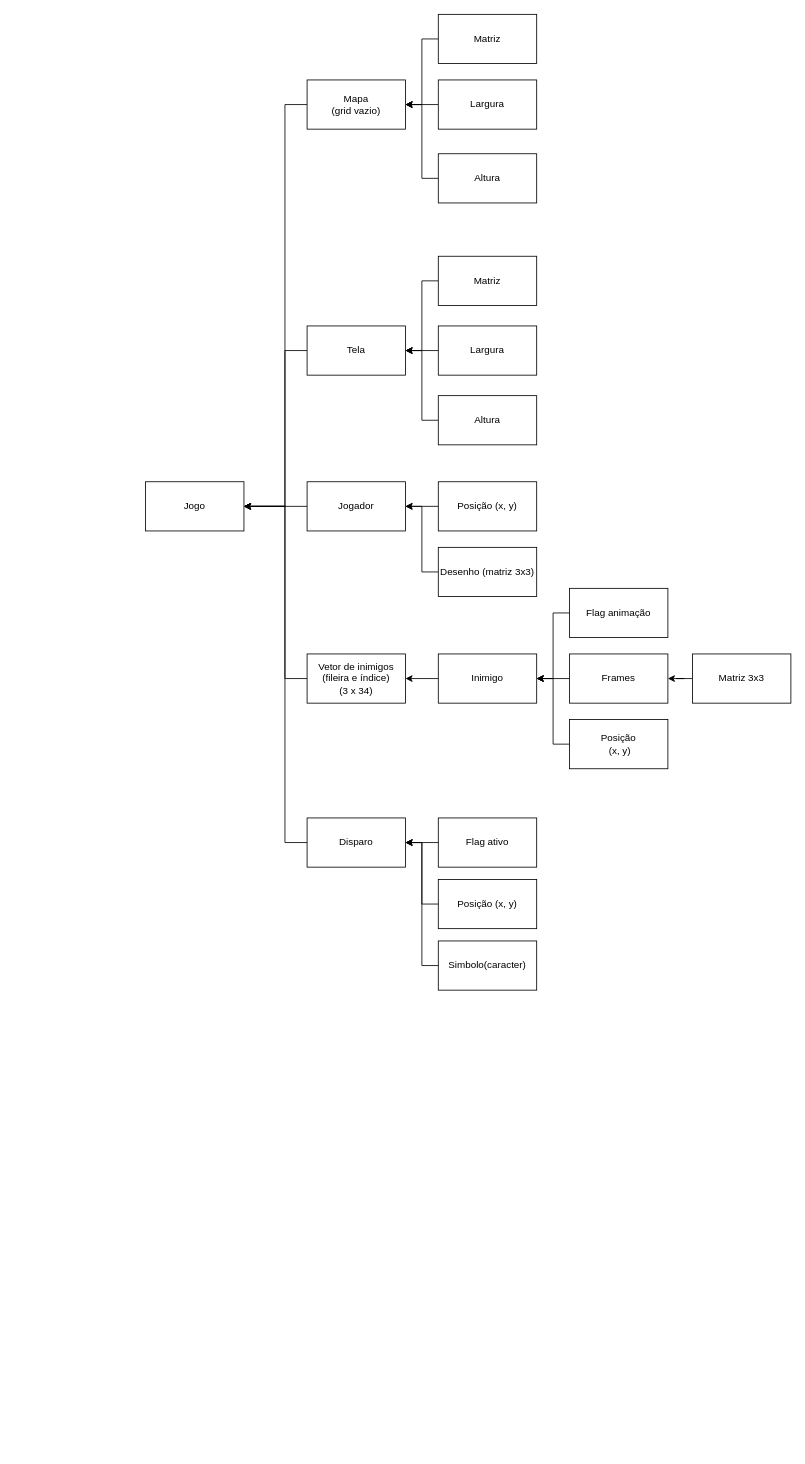
The draw.io diagram implementacao/Diagrama de planejamento.drawio in vitorsoprani/trabalho_prog1, before the edit. Source tidied: cells renumbered, new cells numbered last; positions are measured from the earlier drawing's top-left corner, leaving out a move shared by most shapes. Both pictures are drawn from the tidied source at 82%, with x=0, y=0 at pixel (145, 14).
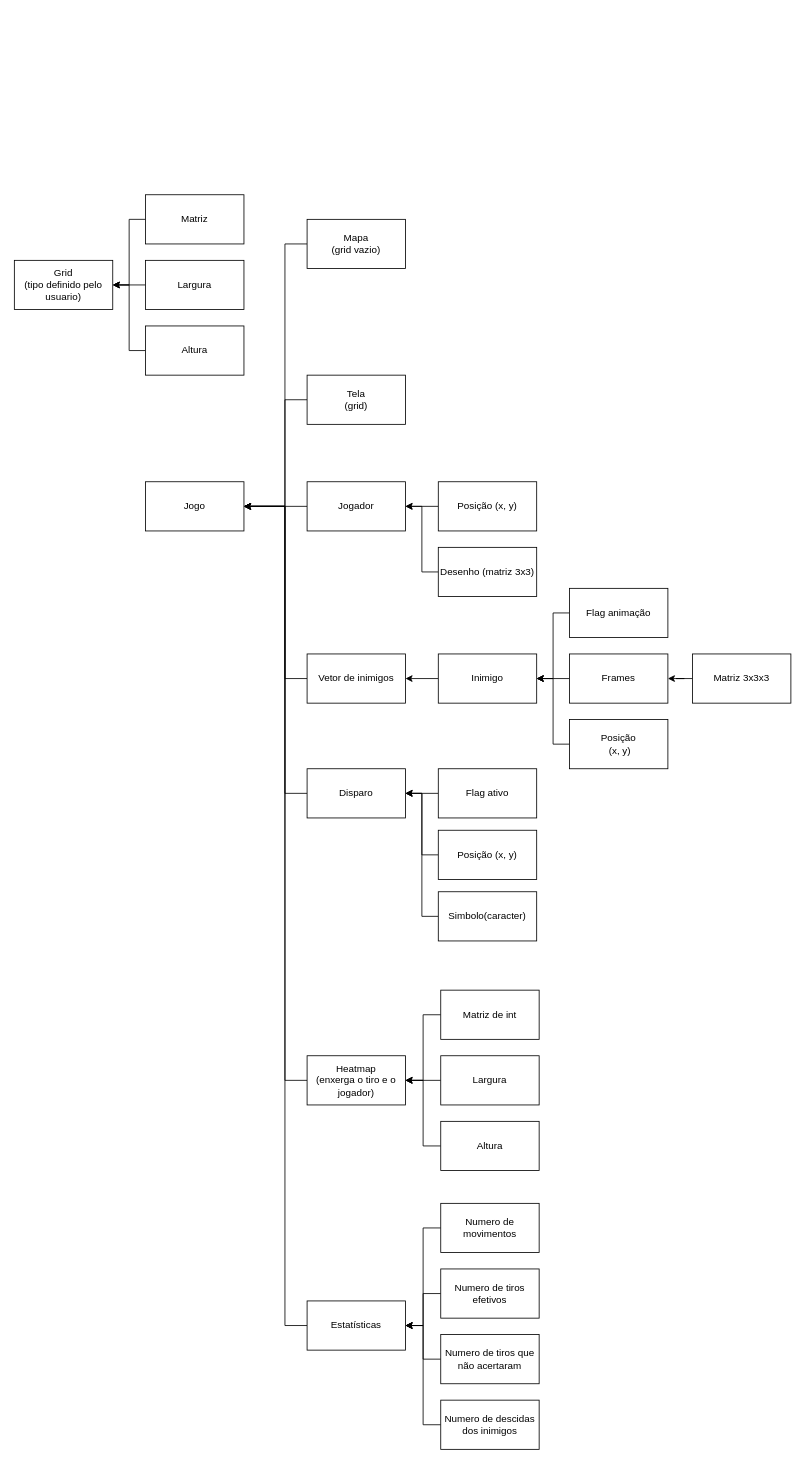
After the change.

Unchanged cells that the change refers to:
```xml
<mxCell id="2" value="Jogo" style="rounded=0;whiteSpace=wrap;html=1;" parent="1" vertex="1">
  <mxGeometry y="570" width="120" height="60" as="geometry" />
</mxCell>
```

Diff of the diagram source:
```diff
@@
     <mxCell id="5" style="edgeStyle=orthogonalEdgeStyle;rounded=0;jettySize=auto;html=1;entryX=1;entryY=0.5;entryDx=0;entryDy=0;" parent="1" edge="1" source="6">
       <mxGeometry relative="1" as="geometry">
         <mxPoint x="120" y="600" as="targetPoint" />
         <Array as="points">
-          <mxPoint x="170" y="110" />
+          <mxPoint x="170" y="280" />
           <mxPoint x="170" y="600" />
         </Array>
       </mxGeometry>
     </mxCell>
     <mxCell id="6" value="&lt;div&gt;Mapa&lt;br&gt;&lt;/div&gt;&lt;div&gt;(grid vazio)&lt;br&gt;&lt;/div&gt;" style="rounded=0;whiteSpace=wrap;html=1;" parent="1" vertex="1">
-      <mxGeometry x="197" y="80" width="120" height="60" as="geometry" />
+      <mxGeometry x="197" y="250" width="120" height="60" as="geometry" />
     </mxCell>
@@
-    <mxCell id="16" value="Matriz 3x3" style="whiteSpace=wrap;html=1;" parent="1" vertex="1">
+    <mxCell id="16" value="Matriz 3x3x3" style="whiteSpace=wrap;html=1;" parent="1" vertex="1">
       <mxGeometry x="667" y="780" width="120" height="60" as="geometry" />
     </mxCell>
@@
-    <mxCell id="18" value="&lt;div&gt;Vetor de inimigos (fileira e índice)&lt;/div&gt;&lt;div&gt;(3 x 34)&lt;br&gt;&lt;/div&gt;" style="whiteSpace=wrap;html=1;" parent="1" vertex="1">
+    <mxCell id="18" value="&lt;div&gt;Vetor de inimigos&lt;/div&gt;" style="whiteSpace=wrap;html=1;" parent="1" vertex="1">
       <mxGeometry x="197" y="780" width="120" height="60" as="geometry" />
     </mxCell>
@@
     <mxCell id="23" style="edgeStyle=orthogonalEdgeStyle;rounded=0;jettySize=auto;html=1;entryX=1;entryY=0.5;entryDx=0;entryDy=0;" parent="1" edge="1" source="24">
       <mxGeometry relative="1" as="geometry">
         <mxPoint x="120" y="600" as="targetPoint" />
         <Array as="points">
-          <mxPoint x="170" y="1010" />
+          <mxPoint x="170" y="950" />
           <mxPoint x="170" y="600" />
         </Array>
       </mxGeometry>
     </mxCell>
     <mxCell id="24" value="&lt;div&gt;Disparo&lt;/div&gt;" style="whiteSpace=wrap;html=1;" parent="1" vertex="1">
-      <mxGeometry x="197" y="980" width="120" height="60" as="geometry" />
+      <mxGeometry x="197" y="920" width="120" height="60" as="geometry" />
     </mxCell>
@@
     <mxCell id="26" value="Flag ativo" style="whiteSpace=wrap;html=1;" parent="1" vertex="1">
-      <mxGeometry x="357" y="980" width="120" height="60" as="geometry" />
+      <mxGeometry x="357" y="920" width="120" height="60" as="geometry" />
     </mxCell>
@@
     <mxCell id="28" value="Posição (x, y)" style="whiteSpace=wrap;html=1;" parent="1" vertex="1">
-      <mxGeometry x="357" y="1055" width="120" height="60" as="geometry" />
+      <mxGeometry x="357" y="995" width="120" height="60" as="geometry" />
     </mxCell>
@@
     <mxCell id="30" value="&lt;div&gt;Simbolo(caracter)&lt;/div&gt;" style="whiteSpace=wrap;html=1;" parent="1" vertex="1">
-      <mxGeometry x="357" y="1130" width="120" height="60" as="geometry" />
+      <mxGeometry x="357" y="1070" width="120" height="60" as="geometry" />
     </mxCell>
     <mxCell id="31" style="edgeStyle=orthogonalEdgeStyle;rounded=0;jettySize=auto;html=1;entryX=1;entryY=0.5;entryDx=0;entryDy=0;" parent="1" edge="1" source="32" target="2">
       <mxGeometry relative="1" as="geometry">
         <Array as="points">
-          <mxPoint x="170" y="410" />
+          <mxPoint x="170" y="470" />
           <mxPoint x="170" y="600" />
         </Array>
       </mxGeometry>
     </mxCell>
-    <mxCell id="32" value="Tela" style="whiteSpace=wrap;html=1;" parent="1" vertex="1">
-      <mxGeometry x="197" y="380" width="120" height="60" as="geometry" />
+    <mxCell id="32" value="&lt;div&gt;Tela&lt;/div&gt;&lt;div&gt;(grid)&lt;br&gt;&lt;/div&gt;" style="whiteSpace=wrap;html=1;" parent="1" vertex="1">
+      <mxGeometry x="197" y="440" width="120" height="60" as="geometry" />
     </mxCell>
-    <mxCell id="33" style="edgeStyle=orthogonalEdgeStyle;rounded=0;jettySize=auto;html=1;entryX=1;entryY=0.5;entryDx=0;entryDy=0;" parent="1" edge="1" source="34" target="6">
-      <mxGeometry relative="1" as="geometry" />
-    </mxCell>
-    <mxCell id="34" value="Matriz" style="whiteSpace=wrap;html=1;" parent="1" vertex="1">
-      <mxGeometry x="357" width="120" height="60" as="geometry" />
-    </mxCell>
-    <mxCell id="35" style="edgeStyle=orthogonalEdgeStyle;rounded=0;jettySize=auto;html=1;entryX=1;entryY=0.5;entryDx=0;entryDy=0;" parent="1" edge="1" source="36" target="6">
-      <mxGeometry relative="1" as="geometry" />
-    </mxCell>
-    <mxCell id="36" value="Largura" style="whiteSpace=wrap;html=1;" parent="1" vertex="1">
-      <mxGeometry x="357" y="80" width="120" height="60" as="geometry" />
-    </mxCell>
-    <mxCell id="37" style="edgeStyle=orthogonalEdgeStyle;rounded=0;jettySize=auto;html=1;entryX=1;entryY=0.5;entryDx=0;entryDy=0;" parent="1" edge="1" source="38" target="6">
-      <mxGeometry relative="1" as="geometry" />
-    </mxCell>
-    <mxCell id="38" value="Altura" style="whiteSpace=wrap;html=1;" parent="1" vertex="1">
-      <mxGeometry x="357" y="170" width="120" height="60" as="geometry" />
-    </mxCell>
-    <mxCell id="39" style="edgeStyle=orthogonalEdgeStyle;rounded=0;jettySize=auto;html=1;entryX=1;entryY=0.5;entryDx=0;entryDy=0;" parent="1" edge="1" source="40" target="32">
-      <mxGeometry relative="1" as="geometry" />
-    </mxCell>
-    <mxCell id="40" value="Matriz" style="whiteSpace=wrap;html=1;" parent="1" vertex="1">
-      <mxGeometry x="357" y="295" width="120" height="60" as="geometry" />
-    </mxCell>
-    <mxCell id="41" style="edgeStyle=orthogonalEdgeStyle;rounded=0;jettySize=auto;html=1;entryX=1;entryY=0.5;entryDx=0;entryDy=0;" parent="1" edge="1" source="42" target="32">
-      <mxGeometry relative="1" as="geometry" />
-    </mxCell>
-    <mxCell id="42" value="Largura" style="whiteSpace=wrap;html=1;" parent="1" vertex="1">
-      <mxGeometry x="357" y="380" width="120" height="60" as="geometry" />
-    </mxCell>
-    <mxCell id="43" style="edgeStyle=orthogonalEdgeStyle;rounded=0;jettySize=auto;html=1;entryX=1;entryY=0.5;entryDx=0;entryDy=0;" parent="1" edge="1" source="44" target="32">
-      <mxGeometry relative="1" as="geometry" />
-    </mxCell>
-    <mxCell id="44" value="Altura" style="whiteSpace=wrap;html=1;" parent="1" vertex="1">
-      <mxGeometry x="357" y="465" width="120" height="60" as="geometry" />
-    </mxCell>
+    <mxCell id="45" value="&lt;div&gt;Grid&lt;/div&gt;&lt;div&gt;(tipo definido pelo usuario)&lt;br&gt;&lt;/div&gt;" style="whiteSpace=wrap;html=1;" parent="1" vertex="1">
+      <mxGeometry x="-160" y="300" width="120" height="60" as="geometry" />
+    </mxCell>
+    <mxCell id="46" style="edgeStyle=orthogonalEdgeStyle;rounded=0;jettySize=auto;html=1;entryX=1;entryY=0.5;entryDx=0;entryDy=0;" parent="1" edge="1" source="47" target="45">
+      <mxGeometry relative="1" as="geometry" />
+    </mxCell>
+    <mxCell id="47" value="&lt;div&gt;Matriz&lt;/div&gt;" style="whiteSpace=wrap;html=1;" parent="1" vertex="1">
+      <mxGeometry y="220" width="120" height="60" as="geometry" />
+    </mxCell>
+    <mxCell id="48" style="edgeStyle=orthogonalEdgeStyle;rounded=0;jettySize=auto;html=1;" parent="1" edge="1" source="49" target="45">
+      <mxGeometry relative="1" as="geometry" />
+    </mxCell>
+    <mxCell id="49" value="Largura" style="whiteSpace=wrap;html=1;" parent="1" vertex="1">
+      <mxGeometry y="300" width="120" height="60" as="geometry" />
+    </mxCell>
+    <mxCell id="50" style="edgeStyle=orthogonalEdgeStyle;rounded=0;jettySize=auto;html=1;entryX=1;entryY=0.5;entryDx=0;entryDy=0;" parent="1" edge="1" source="51" target="45">
+      <mxGeometry relative="1" as="geometry" />
+    </mxCell>
+    <mxCell id="51" value="Altura" style="whiteSpace=wrap;html=1;" parent="1" vertex="1">
+      <mxGeometry y="380" width="120" height="60" as="geometry" />
+    </mxCell>
+    <mxCell id="52" style="edgeStyle=orthogonalEdgeStyle;rounded=0;jettySize=auto;html=1;entryX=1;entryY=0.5;entryDx=0;entryDy=0;" parent="1" edge="1" source="53" target="2">
+      <mxGeometry relative="1" as="geometry">
+        <Array as="points">
+          <mxPoint x="170" y="1300" />
+          <mxPoint x="170" y="600" />
+        </Array>
+      </mxGeometry>
+    </mxCell>
+    <mxCell id="53" value="&lt;div&gt;Heatmap&lt;/div&gt;&lt;div&gt;(enxerga o tiro e o jogador)&lt;br&gt;&lt;/div&gt;" style="whiteSpace=wrap;html=1;" parent="1" vertex="1">
+      <mxGeometry x="197" y="1270" width="120" height="60" as="geometry" />
+    </mxCell>
+    <mxCell id="54" style="edgeStyle=orthogonalEdgeStyle;rounded=0;jettySize=auto;html=1;entryX=1;entryY=0.5;entryDx=0;entryDy=0;" parent="1" edge="1" source="55" target="2">
+      <mxGeometry relative="1" as="geometry">
+        <Array as="points">
+          <mxPoint x="170" y="1599" />
+          <mxPoint x="170" y="600" />
+        </Array>
+      </mxGeometry>
+    </mxCell>
+    <mxCell id="55" value="&lt;div&gt;Estatísticas&lt;/div&gt;" style="whiteSpace=wrap;html=1;" parent="1" vertex="1">
+      <mxGeometry x="197" y="1569" width="120" height="60" as="geometry" />
+    </mxCell>
+    <mxCell id="56" style="edgeStyle=orthogonalEdgeStyle;rounded=0;jettySize=auto;html=1;entryX=1;entryY=0.5;entryDx=0;entryDy=0;" parent="1" edge="1" source="57" target="55">
+      <mxGeometry relative="1" as="geometry" />
+    </mxCell>
+    <mxCell id="57" value="Numero de movimentos" style="whiteSpace=wrap;html=1;" parent="1" vertex="1">
+      <mxGeometry x="360" y="1450" width="120" height="60" as="geometry" />
+    </mxCell>
+    <mxCell id="58" style="edgeStyle=orthogonalEdgeStyle;rounded=0;jettySize=auto;html=1;entryX=1;entryY=0.5;entryDx=0;entryDy=0;" parent="1" edge="1" source="59" target="55">
+      <mxGeometry relative="1" as="geometry" />
+    </mxCell>
+    <mxCell id="59" value="Numero de tiros efetivos" style="whiteSpace=wrap;html=1;" parent="1" vertex="1">
+      <mxGeometry x="360" y="1530" width="120" height="60" as="geometry" />
+    </mxCell>
+    <mxCell id="60" style="edgeStyle=orthogonalEdgeStyle;rounded=0;jettySize=auto;html=1;entryX=1;entryY=0.5;entryDx=0;entryDy=0;" parent="1" edge="1" source="61" target="55">
+      <mxGeometry relative="1" as="geometry" />
+    </mxCell>
+    <mxCell id="61" value="&lt;div&gt;Numero de tiros que não acertaram&lt;/div&gt;" style="whiteSpace=wrap;html=1;" parent="1" vertex="1">
+      <mxGeometry x="360" y="1610" width="120" height="60" as="geometry" />
+    </mxCell>
+    <mxCell id="62" style="edgeStyle=orthogonalEdgeStyle;rounded=0;jettySize=auto;html=1;entryX=1;entryY=0.5;entryDx=0;entryDy=0;" parent="1" edge="1" source="63" target="55">
+      <mxGeometry relative="1" as="geometry" />
+    </mxCell>
+    <mxCell id="63" value="Numero de descidas dos inimigos" style="whiteSpace=wrap;html=1;" parent="1" vertex="1">
+      <mxGeometry x="360" y="1690" width="120" height="60" as="geometry" />
+    </mxCell>
+    <mxCell id="64" style="edgeStyle=orthogonalEdgeStyle;rounded=0;jettySize=auto;html=1;entryX=1;entryY=0.5;entryDx=0;entryDy=0;" parent="1" edge="1" source="65" target="53">
+      <mxGeometry relative="1" as="geometry" />
+    </mxCell>
+    <mxCell id="65" value="Matriz de int" style="whiteSpace=wrap;html=1;" parent="1" vertex="1">
+      <mxGeometry x="360" y="1190" width="120" height="60" as="geometry" />
+    </mxCell>
+    <mxCell id="66" style="edgeStyle=orthogonalEdgeStyle;rounded=0;jettySize=auto;html=1;" parent="1" edge="1" source="67" target="53">
+      <mxGeometry relative="1" as="geometry" />
+    </mxCell>
+    <mxCell id="67" value="&lt;div&gt;Largura&lt;/div&gt;" style="whiteSpace=wrap;html=1;" parent="1" vertex="1">
+      <mxGeometry x="360" y="1270" width="120" height="60" as="geometry" />
+    </mxCell>
+    <mxCell id="68" style="edgeStyle=orthogonalEdgeStyle;rounded=0;jettySize=auto;html=1;entryX=1;entryY=0.5;entryDx=0;entryDy=0;" parent="1" edge="1" source="69" target="53">
+      <mxGeometry relative="1" as="geometry" />
+    </mxCell>
+    <mxCell id="69" value="&lt;div&gt;Altura&lt;/div&gt;" style="whiteSpace=wrap;html=1;" parent="1" vertex="1">
+      <mxGeometry x="360" y="1350" width="120" height="60" as="geometry" />
+    </mxCell>
```
